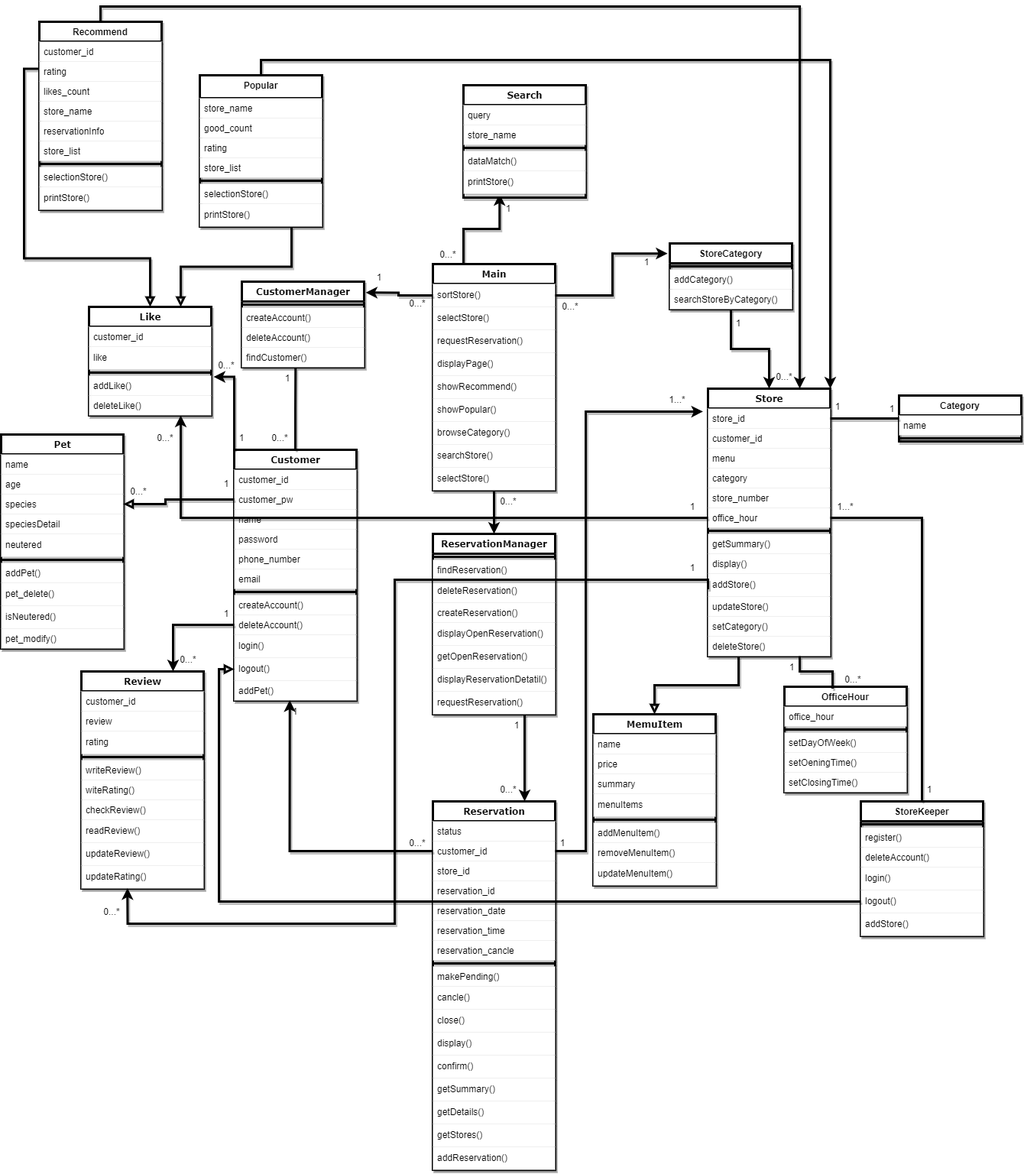
Above: walkwith_class.drawio.png in dkwkckzk/data_test (draw.io), before the change. Source tidied: cells renumbered, new cells last; positions are measured from the earlier drawing's top-left corner, leaving out a move shared by most shapes.
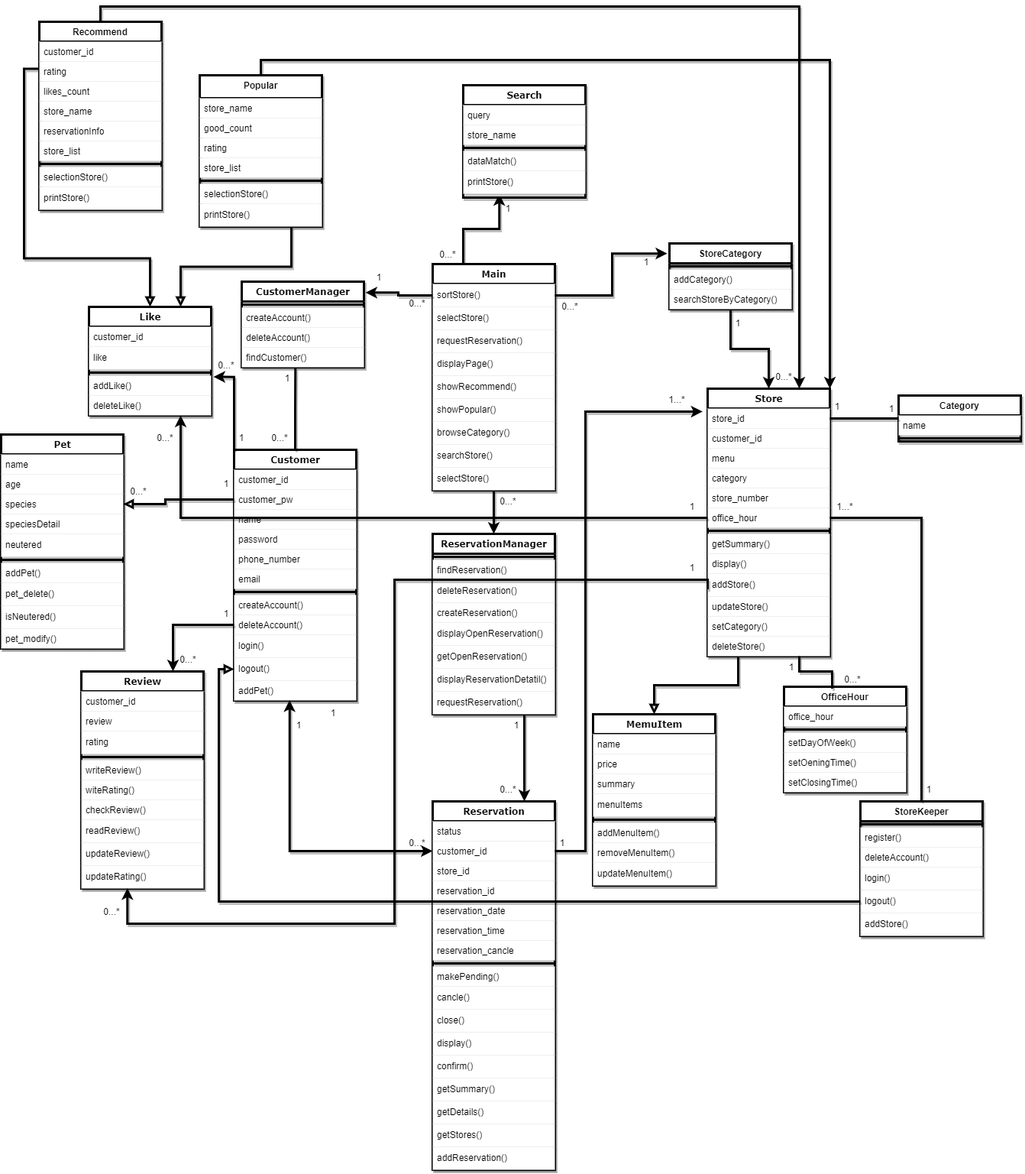
After the change.

Change to the diagram source:
```diff
@@ -485,7 +485,7 @@
     <mxCell id="162" style="edgeStyle=orthogonalEdgeStyle;rounded=0;jettySize=auto;html=1;exitX=0.5;exitY=0;exitDx=0;exitDy=0;entryX=0.439;entryY=1.038;entryDx=0;entryDy=0;entryPerimeter=0;endArrow=none;endFill=0;shadow=1;strokeWidth=3;" parent="1" edge="1" source="2" target="160">
       <mxGeometry relative="1" as="geometry" />
     </mxCell>
-    <mxCell id="163" style="edgeStyle=orthogonalEdgeStyle;rounded=0;jettySize=auto;html=1;exitX=0;exitY=0.5;exitDx=0;exitDy=0;entryX=0.454;entryY=0.981;entryDx=0;entryDy=0;entryPerimeter=0;shadow=1;strokeWidth=3;" parent="1" edge="1" source="137" target="14">
+    <mxCell id="163" style="edgeStyle=orthogonalEdgeStyle;rounded=0;jettySize=auto;html=1;exitX=0;exitY=0.5;exitDx=0;exitDy=0;entryX=0.454;entryY=0.981;entryDx=0;entryDy=0;entryPerimeter=0;shadow=1;strokeWidth=3;startArrow=classic;startFill=1;" parent="1" edge="1" source="137" target="14">
       <mxGeometry relative="1" as="geometry" />
     </mxCell>
     <mxCell id="164" style="edgeStyle=orthogonalEdgeStyle;rounded=0;jettySize=auto;html=1;exitX=1;exitY=0.5;exitDx=0;exitDy=0;entryX=-0.018;entryY=0.153;entryDx=0;entryDy=0;entryPerimeter=0;shadow=1;strokeWidth=3;" parent="1" edge="1" source="44" target="121">
@@ -564,7 +564,7 @@
       <mxGeometry x="515" y="1060" width="60" height="30" as="geometry" />
     </mxCell>
     <mxCell id="189" value="1" style="text;html=1;strokeColor=none;fillColor=none;align=center;verticalAlign=middle;whiteSpace=wrap;rounded=0;shadow=1;strokeWidth=3;" parent="1" vertex="1">
-      <mxGeometry x="355" y="888" width="60" height="30" as="geometry" />
+      <mxGeometry x="360" y="906" width="60" height="30" as="geometry" />
     </mxCell>
     <mxCell id="190" value="1" style="text;html=1;strokeColor=none;fillColor=none;align=center;verticalAlign=middle;whiteSpace=wrap;rounded=0;shadow=1;strokeWidth=3;" parent="1" vertex="1">
       <mxGeometry x="1185" y="990" width="60" height="30" as="geometry" />
@@ -646,5 +646,8 @@
     <mxCell id="209" value="0...*" style="text;html=1;strokeColor=none;fillColor=none;align=center;verticalAlign=middle;whiteSpace=wrap;rounded=0;shadow=1;strokeWidth=3;" parent="1" vertex="1">
       <mxGeometry x="185" y="530" width="60" height="30" as="geometry" />
     </mxCell>
+    <mxCell id="210" value="1" style="text;html=1;strokeColor=none;fillColor=none;align=center;verticalAlign=middle;whiteSpace=wrap;rounded=0;shadow=1;strokeWidth=3;" parent="1" vertex="1">
+      <mxGeometry x="405" y="890" width="60" height="30" as="geometry" />
+    </mxCell>
   </root>
 </mxGraphModel>
```
